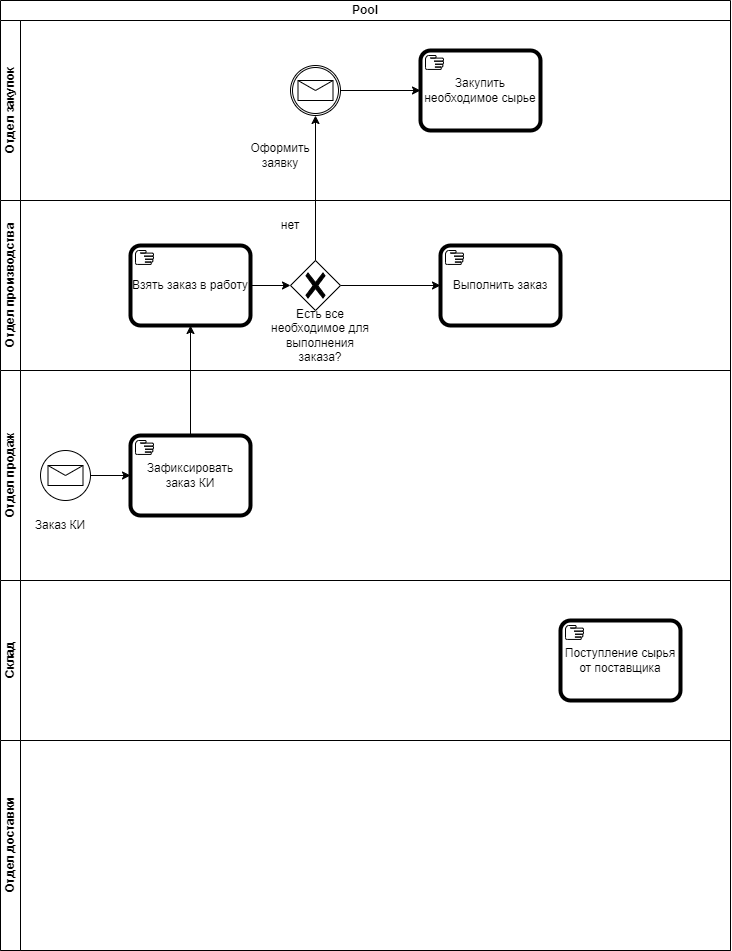
The draw.io diagram BPMN.drawio.png in SofiyaBrodnikova/-educational, before a commit. Source tidied: cells renumbered, new cells last; positions are measured from the earlier drawing's top-left corner, leaving out a move shared by most shapes.
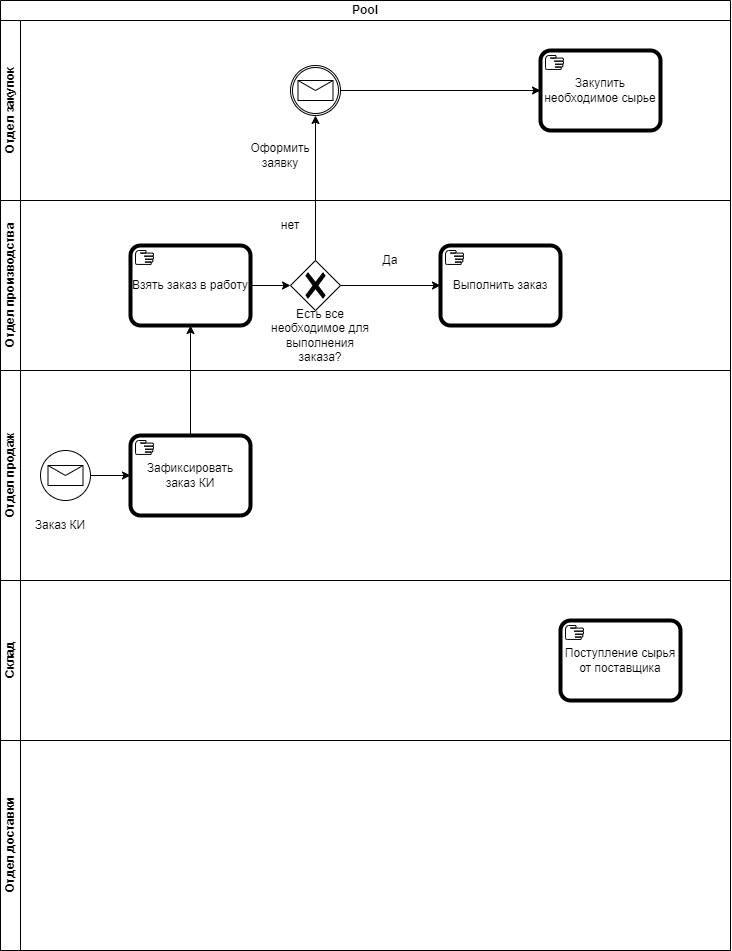
Above is the later version.

Diff of the diagram source:
```diff
@@ -9,7 +9,7 @@
       <mxGeometry y="20" width="730" height="180" as="geometry" />
     </mxCell>
     <mxCell id="4" value="Закупить необходимое сырье" style="points=[[0.25,0,0],[0.5,0,0],[0.75,0,0],[1,0.25,0],[1,0.5,0],[1,0.75,0],[0.75,1,0],[0.5,1,0],[0.25,1,0],[0,0.75,0],[0,0.5,0],[0,0.25,0]];shape=mxgraph.bpmn.task2;whiteSpace=wrap;rectStyle=rounded;size=10;html=1;bpmnShapeType=call;taskMarker=manual;" parent="3" vertex="1">
-      <mxGeometry x="420" y="30" width="120" height="80" as="geometry" />
+      <mxGeometry x="540" y="30" width="120" height="80" as="geometry" />
     </mxCell>
     <mxCell id="5" style="points=[[0.145,0.145,0],[0.5,0,0],[0.855,0.145,0],[1,0.5,0],[0.855,0.855,0],[0.5,1,0],[0.145,0.855,0],[0,0.5,0]];shape=mxgraph.bpmn.event;html=1;verticalLabelPosition=bottom;labelBackgroundColor=#ffffff;verticalAlign=top;align=center;perimeter=ellipsePerimeter;outlineConnect=0;outline=catching;symbol=message;" parent="3" vertex="1">
       <mxGeometry x="290" y="45" width="50" height="50" as="geometry" />
@@ -44,6 +44,9 @@
     <mxCell id="15" value="Выполнить заказ" style="points=[[0.25,0,0],[0.5,0,0],[0.75,0,0],[1,0.25,0],[1,0.5,0],[1,0.75,0],[0.75,1,0],[0.5,1,0],[0.25,1,0],[0,0.75,0],[0,0.5,0],[0,0.25,0]];shape=mxgraph.bpmn.task2;whiteSpace=wrap;rectStyle=rounded;size=10;html=1;bpmnShapeType=call;taskMarker=manual;" parent="8" vertex="1">
       <mxGeometry x="440" y="45" width="120" height="80" as="geometry" />
     </mxCell>
+    <mxCell id="26" value="Да" style="text;strokeColor=none;align=center;fillColor=none;html=1;verticalAlign=middle;whiteSpace=wrap;rounded=0;" parent="8" vertex="1">
+      <mxGeometry x="360" y="45" width="60" height="30" as="geometry" />
+    </mxCell>
     <mxCell id="16" value="Отдел продаж" style="swimlane;html=1;startSize=20;horizontal=0;" parent="2" vertex="1">
       <mxGeometry y="370" width="730" height="210" as="geometry" />
     </mxCell>
```
